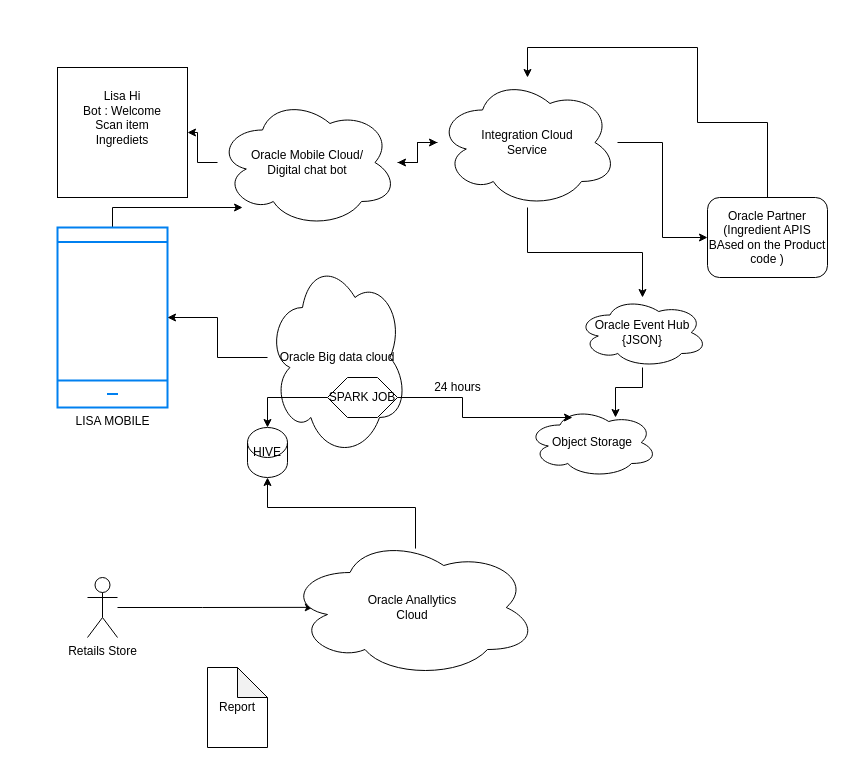
The draw.io diagram Retail_Demo.drawio in anantwag19/Workspace, before the edit. Source tidied: cells renumbered, new cells numbered last; positions are measured from the earlier drawing's top-left corner, leaving out a move shared by most shapes. Both pictures are drawn from the tidied source at 100%, with x=0, y=0 at pixel (57, 47).
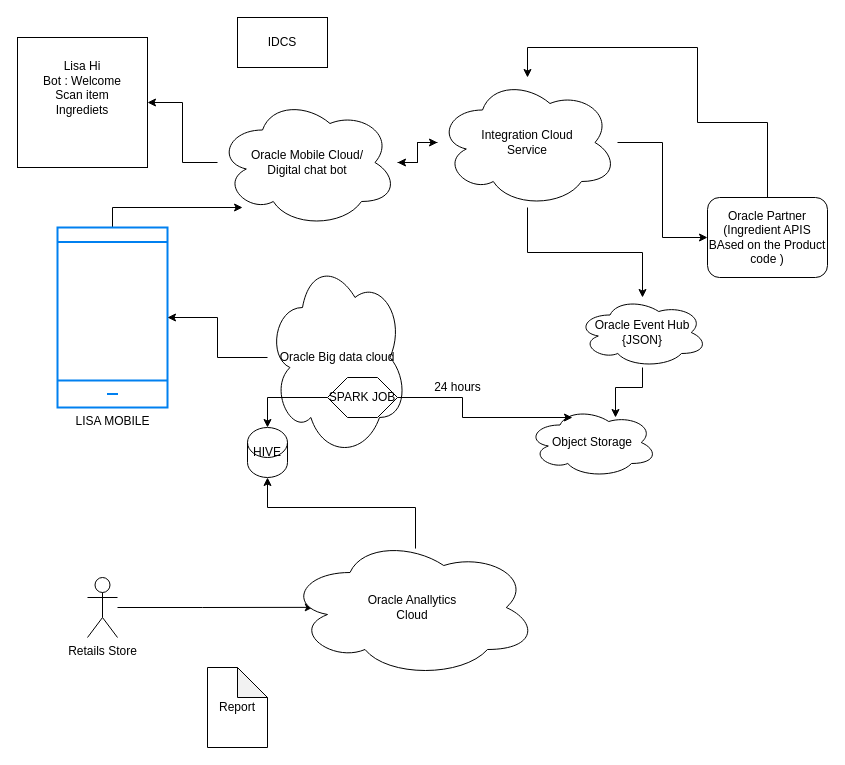
Above is the later version.

Diff of the diagram source:
```diff
@@
     <mxCell id="15" value="&lt;div&gt;Lisa Hi &lt;br&gt;&lt;/div&gt;&lt;div&gt;Bot : Welcome &lt;br&gt;&lt;/div&gt;&lt;div&gt;Scan item &lt;br&gt;&lt;/div&gt;&lt;div&gt;Ingrediets &lt;br&gt;&lt;/div&gt;&lt;div&gt;&lt;br&gt;&lt;/div&gt;&lt;div&gt;&lt;br&gt;&lt;/div&gt;" style="whiteSpace=wrap;html=1;" parent="1" vertex="1">
-      <mxGeometry y="20" width="130" height="130" as="geometry" />
+      <mxGeometry x="-40" y="-10" width="130" height="130" as="geometry" />
     </mxCell>
@@
+    <mxCell id="29" value="IDCS " style="rounded=0;whiteSpace=wrap;html=1;" parent="1" vertex="1">
+      <mxGeometry x="180" y="-30" width="90" height="50" as="geometry" />
+    </mxCell>
```
